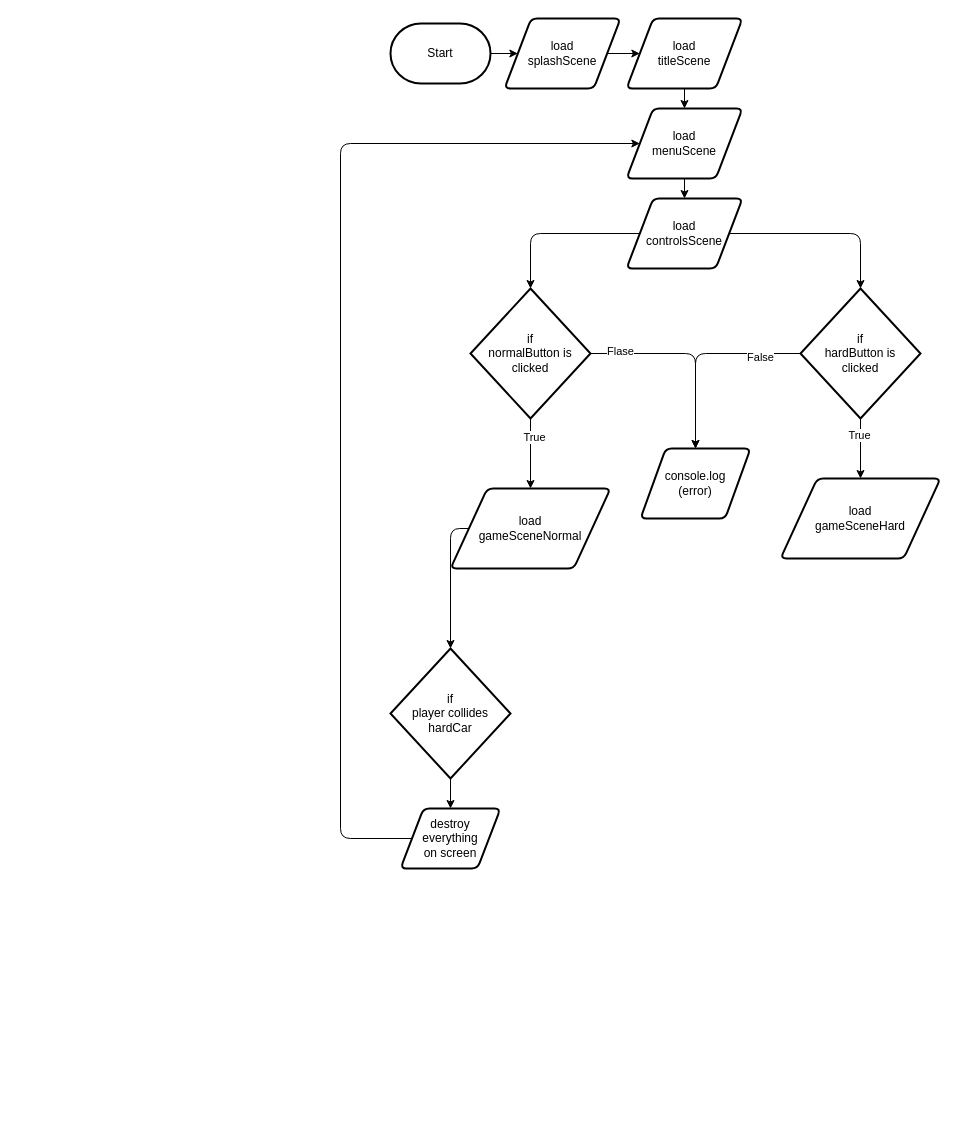
MTHS-ICS2O-1-2021/Final-Project---Titus-and-Curtis keeps this draw.io diagram as design/flowchart.drawio. Above is the earlier version. Source tidied: cells renumbered, new cells numbered last; positions are measured from the earlier drawing's top-left corner, leaving out a move shared by most shapes. Both pictures are drawn from the tidied source at 100%, with x=0, y=0 at pixel (340, 18).
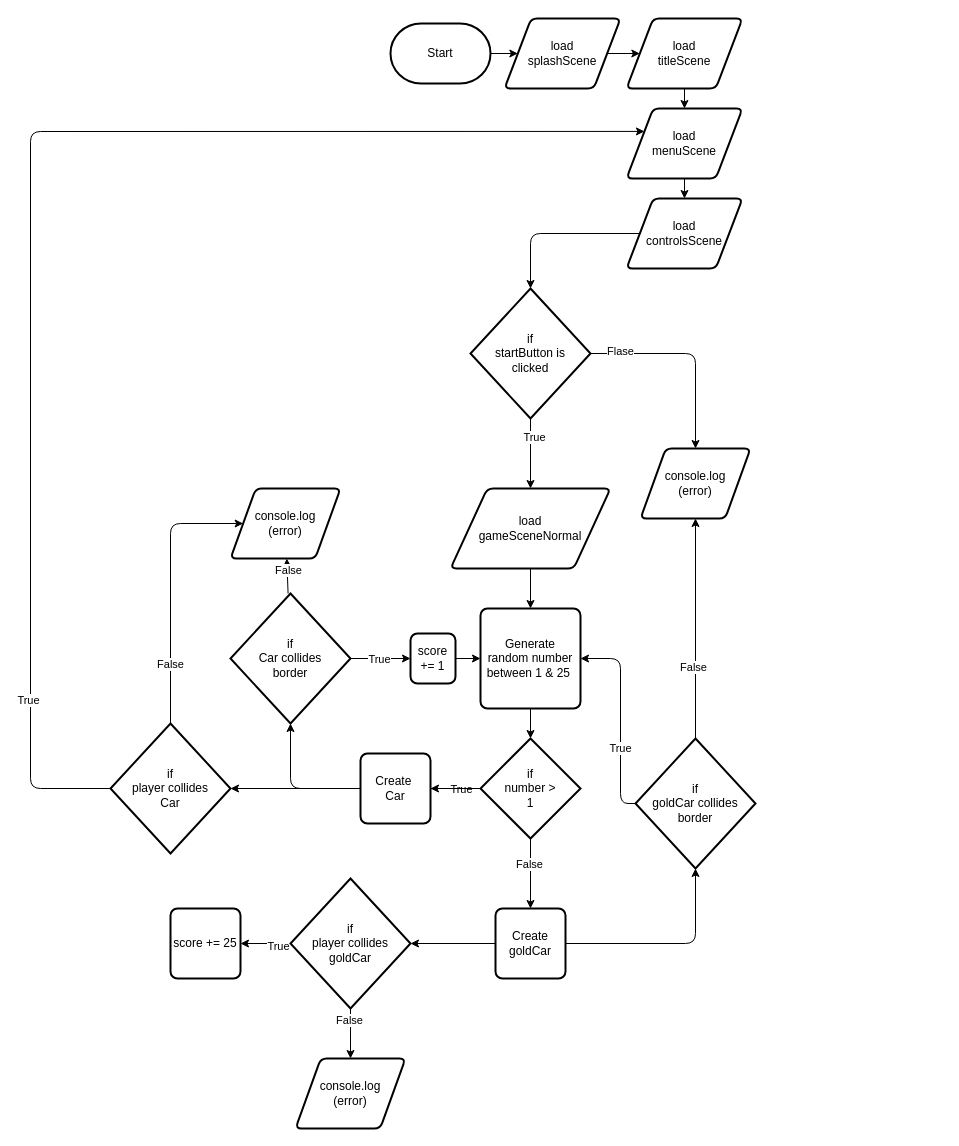
The same page after the edit.

Commit message (it also covers changes not shown here):
added flowchart and storyboad

The change refers to these unchanged cells:
```xml
<mxCell id="20" value="load&lt;br&gt;controlsScene" style="shape=parallelogram;html=1;strokeWidth=2;perimeter=parallelogramPerimeter;whiteSpace=wrap;rounded=1;arcSize=12;size=0.23;" parent="1" vertex="1">
  <mxGeometry x="286" y="180" width="116" height="70" as="geometry" />
</mxCell>
<mxCell id="22" value="load&lt;br&gt;gameSceneNormal" style="shape=parallelogram;html=1;strokeWidth=2;perimeter=parallelogramPerimeter;whiteSpace=wrap;rounded=1;arcSize=12;size=0.23;" parent="1" vertex="1">
  <mxGeometry x="110" y="470" width="160" height="80" as="geometry" />
</mxCell>
<mxCell id="25" value="load&lt;br&gt;menuScene" style="shape=parallelogram;html=1;strokeWidth=2;perimeter=parallelogramPerimeter;whiteSpace=wrap;rounded=1;arcSize=12;size=0.23;" parent="1" vertex="1">
  <mxGeometry x="286" y="90" width="116" height="70" as="geometry" />
</mxCell>
<mxCell id="26" value="console.log&lt;br&gt;(error)" style="shape=parallelogram;html=1;strokeWidth=2;perimeter=parallelogramPerimeter;whiteSpace=wrap;rounded=1;arcSize=12;size=0.23;" parent="1" vertex="1">
  <mxGeometry x="300" y="430" width="110" height="70" as="geometry" />
</mxCell>
```

The edit, as a diff of the source:
```diff
@@
-    <mxCell id="4" style="edgeStyle=none;html=1;" parent="1" edge="1" source="8" target="23">
-      <mxGeometry relative="1" as="geometry" />
-    </mxCell>
-    <mxCell id="5" value="True" style="edgeLabel;html=1;align=center;verticalAlign=middle;" parent="4" vertex="1">
-      <mxGeometry x="-0.47" y="-2" relative="1" as="geometry" />
-    </mxCell>
-    <mxCell id="6" style="edgeStyle=none;html=1;" parent="1" edge="1" source="8" target="26">
-      <mxGeometry relative="1" as="geometry">
-        <Array as="points">
-          <mxPoint x="355" y="335" />
-        </Array>
-      </mxGeometry>
-    </mxCell>
-    <mxCell id="7" value="False" style="edgeLabel;html=1;align=center;verticalAlign=middle;" parent="6" vertex="1">
-      <mxGeometry x="-0.59" y="3" relative="1" as="geometry" />
-    </mxCell>
-    <mxCell id="8" value="if&lt;br&gt;hardButton is&lt;br&gt;clicked" style="strokeWidth=2;html=1;shape=mxgraph.flowchart.decision;whiteSpace=wrap;" parent="1" vertex="1">
-      <mxGeometry x="460" y="270" width="120" height="130" as="geometry" />
-    </mxCell>
@@
-    <mxCell id="13" value="if&lt;br&gt;normalButton is&lt;br&gt;clicked" style="strokeWidth=2;html=1;shape=mxgraph.flowchart.decision;whiteSpace=wrap;" parent="1" vertex="1">
+    <mxCell id="13" value="if&lt;br&gt;startButton is&lt;br&gt;clicked" style="strokeWidth=2;html=1;shape=mxgraph.flowchart.decision;whiteSpace=wrap;" parent="1" vertex="1">
       <mxGeometry x="130" y="270" width="120" height="130" as="geometry" />
     </mxCell>
@@
-    <mxCell id="19" style="edgeStyle=none;html=1;entryX=0.5;entryY=0;entryDx=0;entryDy=0;entryPerimeter=0;" parent="1" edge="1" source="20" target="8">
-      <mxGeometry relative="1" as="geometry">
-        <Array as="points">
-          <mxPoint x="520" y="215" />
-        </Array>
-      </mxGeometry>
-    </mxCell>
@@
-    <mxCell id="21" style="edgeStyle=none;html=1;entryX=0.5;entryY=0;entryDx=0;entryDy=0;entryPerimeter=0;" parent="1" edge="1" source="22" target="28">
-      <mxGeometry relative="1" as="geometry">
-        <Array as="points">
-          <mxPoint x="110" y="510" />
-        </Array>
-      </mxGeometry>
-    </mxCell>
+    <mxCell id="31" style="edgeStyle=none;html=1;" parent="1" edge="1" source="22" target="37">
+      <mxGeometry relative="1" as="geometry" />
+    </mxCell>
@@
-    <mxCell id="23" value="load&lt;br&gt;gameSceneHard" style="shape=parallelogram;html=1;strokeWidth=2;perimeter=parallelogramPerimeter;whiteSpace=wrap;rounded=1;arcSize=12;size=0.23;" parent="1" vertex="1">
-      <mxGeometry x="440" y="460" width="160" height="80" as="geometry" />
-    </mxCell>
@@
-    <mxCell id="27" style="edgeStyle=none;html=1;" parent="1" edge="1" source="28" target="30">
-      <mxGeometry relative="1" as="geometry" />
-    </mxCell>
+    <mxCell id="32" style="edgeStyle=none;html=1;" parent="1" edge="1" source="28" target="65">
+      <mxGeometry relative="1" as="geometry">
+        <Array as="points">
+          <mxPoint x="-170" y="505" />
+        </Array>
+      </mxGeometry>
+    </mxCell>
+    <mxCell id="33" value="False" style="edgeLabel;html=1;align=center;verticalAlign=middle;" parent="32" vertex="1">
+      <mxGeometry x="-0.56" y="1" relative="1" as="geometry" />
+    </mxCell>
+    <mxCell id="34" style="edgeStyle=none;html=1;entryX=0;entryY=0.25;entryDx=0;entryDy=0;" parent="1" edge="1" source="28" target="25">
+      <mxGeometry relative="1" as="geometry">
+        <Array as="points">
+          <mxPoint x="-310" y="770" />
+          <mxPoint x="-310" y="113" />
+        </Array>
+      </mxGeometry>
+    </mxCell>
+    <mxCell id="35" value="True" style="edgeLabel;html=1;align=center;verticalAlign=middle;" parent="34" vertex="1">
+      <mxGeometry x="-0.75" y="3" relative="1" as="geometry" />
+    </mxCell>
-    <mxCell id="28" value="if&lt;br&gt;player collides&lt;br&gt;hardCar" style="strokeWidth=2;html=1;shape=mxgraph.flowchart.decision;whiteSpace=wrap;" parent="1" vertex="1">
-      <mxGeometry x="50" y="630" width="120" height="130" as="geometry" />
+    <mxCell id="28" value="if&lt;br&gt;player collides&lt;br&gt;Car" style="strokeWidth=2;html=1;shape=mxgraph.flowchart.decision;whiteSpace=wrap;" parent="1" vertex="1">
+      <mxGeometry x="-230" y="705" width="120" height="130" as="geometry" />
     </mxCell>
-    <mxCell id="29" style="edgeStyle=none;html=1;" parent="1" edge="1" source="30" target="25">
-      <mxGeometry relative="1" as="geometry">
-        <Array as="points">
-          <mxPoint y="820" />
-          <mxPoint y="125" />
-        </Array>
-      </mxGeometry>
-    </mxCell>
-    <mxCell id="30" value="destroy&lt;br&gt;everything&lt;br&gt;on screen" style="shape=parallelogram;html=1;strokeWidth=2;perimeter=parallelogramPerimeter;whiteSpace=wrap;rounded=1;arcSize=12;size=0.23;" parent="1" vertex="1">
-      <mxGeometry x="60" y="790" width="100" height="60" as="geometry" />
-    </mxCell>
+    <mxCell id="36" style="edgeStyle=none;html=1;" parent="1" edge="1" source="37" target="43">
+      <mxGeometry relative="1" as="geometry" />
+    </mxCell>
+    <mxCell id="37" value="Generate&lt;br&gt;random number&lt;br&gt;between 1 &amp;amp; 25&amp;nbsp;" style="rounded=1;whiteSpace=wrap;html=1;absoluteArcSize=1;arcSize=14;strokeWidth=2;" parent="1" vertex="1">
+      <mxGeometry x="140" y="590" width="100" height="100" as="geometry" />
+    </mxCell>
+    <mxCell id="38" style="edgeStyle=none;html=1;" parent="1" edge="1" source="43" target="46">
+      <mxGeometry relative="1" as="geometry" />
+    </mxCell>
+    <mxCell id="39" value="True" style="edgeLabel;html=1;align=center;verticalAlign=middle;" parent="38" vertex="1">
+      <mxGeometry x="-0.39" relative="1" as="geometry">
+        <mxPoint x="-5" as="offset" />
+      </mxGeometry>
+    </mxCell>
+    <mxCell id="40" style="edgeStyle=none;html=1;" parent="1" edge="1" source="43" target="49">
+      <mxGeometry relative="1" as="geometry" />
+    </mxCell>
+    <mxCell id="41" value="False" style="edgeLabel;html=1;align=center;verticalAlign=middle;" parent="40" vertex="1">
+      <mxGeometry x="-0.3" y="-2" relative="1" as="geometry" />
+    </mxCell>
+    <mxCell id="42" style="edgeStyle=none;html=1;" parent="1" edge="1" source="43">
+      <mxGeometry relative="1" as="geometry">
+        <mxPoint x="70" y="770" as="targetPoint" />
+      </mxGeometry>
+    </mxCell>
+    <mxCell id="43" value="if&lt;br&gt;number &amp;gt;&lt;br&gt;1" style="strokeWidth=2;html=1;shape=mxgraph.flowchart.decision;whiteSpace=wrap;" parent="1" vertex="1">
+      <mxGeometry x="140" y="720" width="100" height="100" as="geometry" />
+    </mxCell>
+    <mxCell id="44" style="edgeStyle=none;html=1;entryX=0.5;entryY=1;entryDx=0;entryDy=0;entryPerimeter=0;" parent="1" edge="1" source="46" target="59">
+      <mxGeometry relative="1" as="geometry">
+        <Array as="points">
+          <mxPoint x="-50" y="770" />
+        </Array>
+      </mxGeometry>
+    </mxCell>
+    <mxCell id="45" style="edgeStyle=none;html=1;" parent="1" edge="1" source="46" target="28">
+      <mxGeometry relative="1" as="geometry" />
+    </mxCell>
+    <mxCell id="46" value="Create&amp;nbsp;&lt;br&gt;Car" style="rounded=1;whiteSpace=wrap;html=1;absoluteArcSize=1;arcSize=14;strokeWidth=2;" parent="1" vertex="1">
+      <mxGeometry x="20" y="735" width="70" height="70" as="geometry" />
+    </mxCell>
+    <mxCell id="47" style="edgeStyle=none;html=1;entryX=0.5;entryY=1;entryDx=0;entryDy=0;entryPerimeter=0;" parent="1" edge="1" source="49" target="64">
+      <mxGeometry relative="1" as="geometry">
+        <Array as="points">
+          <mxPoint x="355" y="925" />
+        </Array>
+      </mxGeometry>
+    </mxCell>
+    <mxCell id="48" style="edgeStyle=none;html=1;" parent="1" edge="1" source="49" target="54">
+      <mxGeometry relative="1" as="geometry" />
+    </mxCell>
+    <mxCell id="49" value="Create&lt;br&gt;goldCar" style="rounded=1;whiteSpace=wrap;html=1;absoluteArcSize=1;arcSize=14;strokeWidth=2;" parent="1" vertex="1">
+      <mxGeometry x="155" y="890" width="70" height="70" as="geometry" />
+    </mxCell>
+    <mxCell id="50" style="edgeStyle=none;html=1;" parent="1" edge="1" source="54" target="67">
+      <mxGeometry relative="1" as="geometry" />
+    </mxCell>
+    <mxCell id="51" value="True" style="edgeLabel;html=1;align=center;verticalAlign=middle;" parent="50" vertex="1">
+      <mxGeometry x="-0.49" y="2" relative="1" as="geometry" />
+    </mxCell>
+    <mxCell id="52" style="edgeStyle=none;html=1;" parent="1" edge="1" source="54" target="66">
+      <mxGeometry relative="1" as="geometry" />
+    </mxCell>
+    <mxCell id="53" value="False" style="edgeLabel;html=1;align=center;verticalAlign=middle;" parent="52" vertex="1">
+      <mxGeometry x="-0.58" y="-2" relative="1" as="geometry" />
+    </mxCell>
+    <mxCell id="54" value="if&lt;br&gt;player collides&lt;br&gt;goldCar" style="strokeWidth=2;html=1;shape=mxgraph.flowchart.decision;whiteSpace=wrap;" parent="1" vertex="1">
+      <mxGeometry x="-50" y="860" width="120" height="130" as="geometry" />
+    </mxCell>
+    <mxCell id="55" style="edgeStyle=none;html=1;entryX=0;entryY=0.5;entryDx=0;entryDy=0;" parent="1" edge="1" source="59" target="69">
+      <mxGeometry relative="1" as="geometry" />
+    </mxCell>
+    <mxCell id="56" value="True" style="edgeLabel;html=1;align=center;verticalAlign=middle;" parent="55" vertex="1">
+      <mxGeometry x="-0.56" y="-2" relative="1" as="geometry">
+        <mxPoint x="15" y="-2" as="offset" />
+      </mxGeometry>
+    </mxCell>
+    <mxCell id="57" style="edgeStyle=none;html=1;" parent="1" edge="1" source="59" target="65">
+      <mxGeometry relative="1" as="geometry" />
+    </mxCell>
+    <mxCell id="58" value="False" style="edgeLabel;html=1;align=center;verticalAlign=middle;" parent="57" vertex="1">
+      <mxGeometry x="-0.55" y="5" relative="1" as="geometry">
+        <mxPoint x="5" y="-16" as="offset" />
+      </mxGeometry>
+    </mxCell>
+    <mxCell id="59" value="if&lt;br&gt;Car collides&lt;br&gt;border" style="strokeWidth=2;html=1;shape=mxgraph.flowchart.decision;whiteSpace=wrap;" parent="1" vertex="1">
+      <mxGeometry x="-110" y="575" width="120" height="130" as="geometry" />
+    </mxCell>
+    <mxCell id="60" style="edgeStyle=none;html=1;" parent="1" edge="1" source="64" target="26">
+      <mxGeometry relative="1" as="geometry" />
+    </mxCell>
+    <mxCell id="61" value="False" style="edgeLabel;html=1;align=center;verticalAlign=middle;" parent="60" vertex="1">
+      <mxGeometry x="-0.35" y="3" relative="1" as="geometry" />
+    </mxCell>
+    <mxCell id="62" style="edgeStyle=none;html=1;" parent="1" edge="1" source="64" target="37">
+      <mxGeometry relative="1" as="geometry">
+        <Array as="points">
+          <mxPoint x="280" y="785" />
+          <mxPoint x="280" y="640" />
+        </Array>
+      </mxGeometry>
+    </mxCell>
+    <mxCell id="63" value="True" style="edgeLabel;html=1;align=center;verticalAlign=middle;" parent="62" vertex="1">
+      <mxGeometry x="-0.28" y="1" relative="1" as="geometry">
+        <mxPoint y="1" as="offset" />
+      </mxGeometry>
+    </mxCell>
+    <mxCell id="64" value="if&lt;br&gt;goldCar collides&lt;br&gt;border" style="strokeWidth=2;html=1;shape=mxgraph.flowchart.decision;whiteSpace=wrap;" parent="1" vertex="1">
+      <mxGeometry x="295" y="720" width="120" height="130" as="geometry" />
+    </mxCell>
+    <mxCell id="65" value="console.log&lt;br&gt;(error)" style="shape=parallelogram;html=1;strokeWidth=2;perimeter=parallelogramPerimeter;whiteSpace=wrap;rounded=1;arcSize=12;size=0.23;" parent="1" vertex="1">
+      <mxGeometry x="-110" y="470" width="110" height="70" as="geometry" />
+    </mxCell>
+    <mxCell id="66" value="console.log&lt;br&gt;(error)" style="shape=parallelogram;html=1;strokeWidth=2;perimeter=parallelogramPerimeter;whiteSpace=wrap;rounded=1;arcSize=12;size=0.23;" parent="1" vertex="1">
+      <mxGeometry x="-45" y="1040" width="110" height="70" as="geometry" />
+    </mxCell>
+    <mxCell id="67" value="score += 25" style="rounded=1;whiteSpace=wrap;html=1;absoluteArcSize=1;arcSize=14;strokeWidth=2;" parent="1" vertex="1">
+      <mxGeometry x="-170" y="890" width="70" height="70" as="geometry" />
+    </mxCell>
+    <mxCell id="68" style="edgeStyle=none;html=1;" parent="1" edge="1" source="69" target="37">
+      <mxGeometry relative="1" as="geometry" />
+    </mxCell>
+    <mxCell id="69" value="score += 1" style="rounded=1;whiteSpace=wrap;html=1;absoluteArcSize=1;arcSize=14;strokeWidth=2;" parent="1" vertex="1">
+      <mxGeometry x="70" y="615" width="45" height="50" as="geometry" />
+    </mxCell>
```
